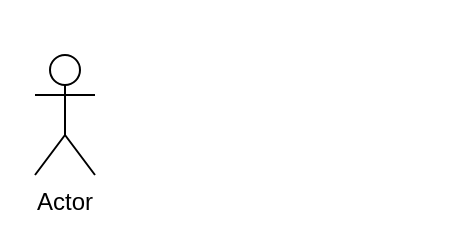
Above: Untitled Diagram.drawio in meiko-set/hello-world (draw.io), before the change. Source tidied: cells renumbered, new cells numbered last; positions are measured from the earlier drawing's top-left corner, leaving out a move shared by most shapes. Both pictures are drawn from the tidied source at 200%, with x=0, y=0 at pixel (34, 54).
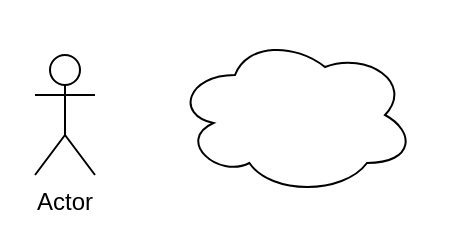
The same page after the edit.

What changed in the source:
```diff
@@
 <mxGraphModel>
   <root>
     <mxCell id="0" />
     <mxCell id="1" parent="0" />
     <mxCell id="2" value="Actor" style="shape=umlActor;verticalLabelPosition=bottom;verticalAlign=top;html=1;" parent="1" vertex="1">
       <mxGeometry width="30" height="60" as="geometry" />
     </mxCell>
+    <mxCell id="3" style="ellipse;shape=cloud;whiteSpace=wrap;html=1;" parent="1" vertex="1">
+      <mxGeometry x="70" y="-10" width="120" height="80" as="geometry" />
+    </mxCell>
   </root>
 </mxGraphModel>
```
